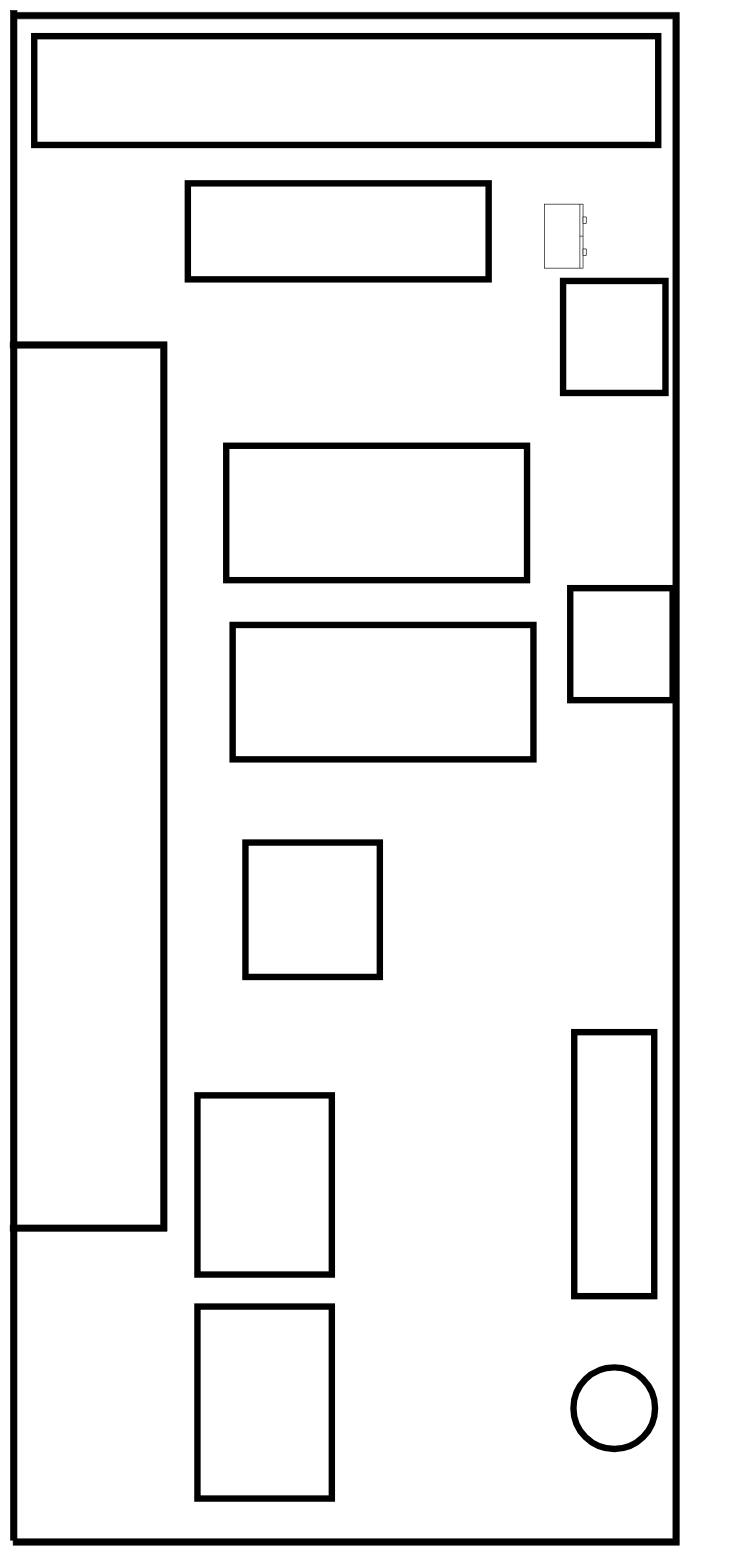
This is garage-layout.drawio from fletcher86/drawings, a draw.io file, before an edit. Source tidied: cells renumbered, new cells numbered last; positions are measured from the earlier drawing's top-left corner, leaving out a move shared by most shapes. Both pictures are drawn from the tidied source at 64%, with x=0, y=0 at pixel (-420, 10).
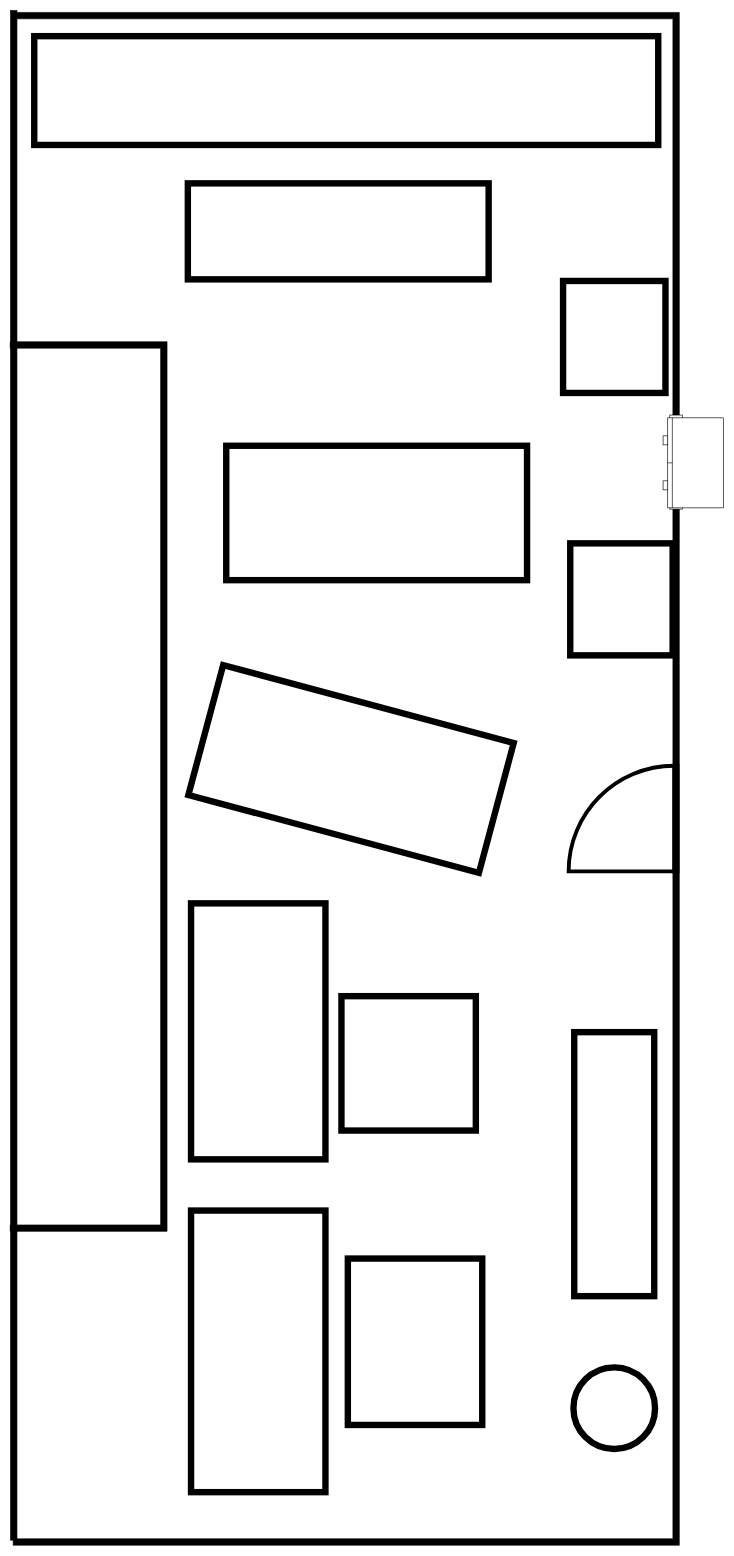
The same page after the edit.

The edit, as a diff of the source:
```diff
@@
 <mxGraphModel>
   <root>
     <mxCell id="0" />
     <mxCell id="1" parent="0" />
     <mxCell id="2" style="verticalLabelPosition=bottom;html=1;verticalAlign=top;align=center;strokeWidth=1;shape=mxgraph.floorplan.wallU;fillColor=#000000;rounded=0;shadow=0;comic=0;fontFamily=Verdana;fontSize=12;rotation=90;" parent="1" vertex="1">
       <mxGeometry y="680" width="2395" height="1040.8" as="geometry" />
     </mxCell>
     <mxCell id="3" style="verticalLabelPosition=bottom;html=1;verticalAlign=top;align=center;strokeWidth=1;shape=mxgraph.floorplan.wallU;fillColor=#000000;rounded=0;shadow=0;comic=0;fontFamily=Verdana;fontSize=12;rotation=90;" parent="1" vertex="1">
       <mxGeometry x="100" y="1090" width="1390" height="245" as="geometry" />
     </mxCell>
     <mxCell id="4" style="verticalLabelPosition=bottom;html=1;verticalAlign=top;align=center;strokeWidth=1;shape=mxgraph.floorplan.wall;fillColor=#000000;direction=south;rounded=0;shadow=0;comic=0;fontFamily=Verdana;fontSize=12;" parent="1" vertex="1">
       <mxGeometry x="673" width="10" height="2390" as="geometry" />
     </mxCell>
-    <mxCell id="5" style="verticalLabelPosition=bottom;html=1;verticalAlign=top;align=center;strokeWidth=1;shape=mxgraph.floorplan.dresser;rounded=0;shadow=0;comic=0;fontFamily=Verdana;fontSize=12;rotation=-90;" parent="1" vertex="1">
-      <mxGeometry x="1490" y="320" width="100" height="65" as="geometry" />
-    </mxCell>
     <mxCell id="6" style="rounded=0;whiteSpace=wrap;html=1;strokeWidth=10;" parent="1" vertex="1">
       <mxGeometry x="710" y="40" width="975" height="170" as="geometry" />
     </mxCell>
     <mxCell id="7" style="rounded=0;whiteSpace=wrap;html=1;strokeWidth=10;rotation=-180;" parent="1" vertex="1">
       <mxGeometry x="1010" y="680" width="470" height="210" as="geometry" />
     </mxCell>
-    <mxCell id="8" style="rounded=0;whiteSpace=wrap;html=1;strokeWidth=10;rotation=-180;" parent="1" vertex="1">
-      <mxGeometry x="1020" y="960" width="470" height="210" as="geometry" />
+    <mxCell id="8" style="rounded=0;whiteSpace=wrap;html=1;strokeWidth=10;rotation=-165;" parent="1" vertex="1">
+      <mxGeometry x="970" y="1080" width="470" height="210" as="geometry" />
     </mxCell>
     <mxCell id="9" style="rounded=0;whiteSpace=wrap;html=1;strokeWidth=10;rotation=-90;" parent="1" vertex="1">
-      <mxGeometry x="1040" y="1300" width="210" height="210" as="geometry" />
+      <mxGeometry x="1190" y="1540" width="210" height="210" as="geometry" />
     </mxCell>
     <mxCell id="10" style="rounded=0;whiteSpace=wrap;html=1;strokeWidth=10;rotation=-90;" parent="1" vertex="1">
       <mxGeometry x="1410" y="1740" width="412.5" height="125" as="geometry" />
     </mxCell>
     <mxCell id="11" style="rounded=0;whiteSpace=wrap;html=1;strokeWidth=10;rotation=-90;" parent="1" vertex="1">
-      <mxGeometry x="930" y="1730" width="280" height="210" as="geometry" />
+      <mxGeometry x="860" y="1490" width="400" height="210" as="geometry" />
     </mxCell>
     <mxCell id="12" style="rounded=0;whiteSpace=wrap;html=1;strokeWidth=10;rotation=-90;" parent="1" vertex="1">
-      <mxGeometry x="1540" y="910" width="175" height="160" as="geometry" />
+      <mxGeometry x="1540" y="840" width="175" height="160" as="geometry" />
     </mxCell>
     <mxCell id="13" style="rounded=0;whiteSpace=wrap;html=1;strokeWidth=10;rotation=-90;" parent="1" vertex="1">
       <mxGeometry x="1528.8" y="430" width="175" height="160" as="geometry" />
     </mxCell>
     <mxCell id="14" style="rounded=0;whiteSpace=wrap;html=1;strokeWidth=10;rotation=-180;" parent="1" vertex="1">
       <mxGeometry x="950" y="270" width="470" height="150" as="geometry" />
     </mxCell>
     <mxCell id="15" style="rounded=0;whiteSpace=wrap;html=1;strokeWidth=10;rotation=-90;" parent="1" vertex="1">
-      <mxGeometry x="920" y="2070" width="300" height="210" as="geometry" />
+      <mxGeometry x="840" y="1990" width="440" height="210" as="geometry" />
     </mxCell>
     <mxCell id="16" style="ellipse;whiteSpace=wrap;html=1;strokeWidth=10;" parent="1" vertex="1">
       <mxGeometry x="1552.5" y="2120" width="127.5" height="127.5" as="geometry" />
     </mxCell>
+    <mxCell id="17" style="verticalLabelPosition=bottom;html=1;verticalAlign=top;align=center;strokeWidth=6;shape=mxgraph.floorplan.doorRight;rounded=0;shadow=0;comic=0;fontFamily=Verdana;fontSize=12;rotation=90;" parent="1" vertex="1">
+      <mxGeometry x="1590" y="1220" width="165" height="85" as="geometry" />
+    </mxCell>
+    <mxCell id="18" style="rounded=0;whiteSpace=wrap;html=1;rotation=90;" parent="1" vertex="1">
+      <mxGeometry x="1639.5" y="695.5" width="147" height="20" as="geometry" />
+    </mxCell>
+    <mxCell id="5" style="verticalLabelPosition=bottom;html=1;verticalAlign=top;align=center;strokeWidth=1;shape=mxgraph.floorplan.dresser;rounded=0;shadow=0;comic=0;fontFamily=Verdana;fontSize=12;rotation=90;" parent="1" vertex="1">
+      <mxGeometry x="1669.3" y="659.6" width="140.7" height="94.2" as="geometry" />
+    </mxCell>
+    <mxCell id="19" style="rounded=0;whiteSpace=wrap;html=1;strokeWidth=10;rotation=-90;" parent="1" vertex="1">
+      <mxGeometry x="1175" y="1975" width="260" height="210" as="geometry" />
+    </mxCell>
   </root>
 </mxGraphModel>
```
